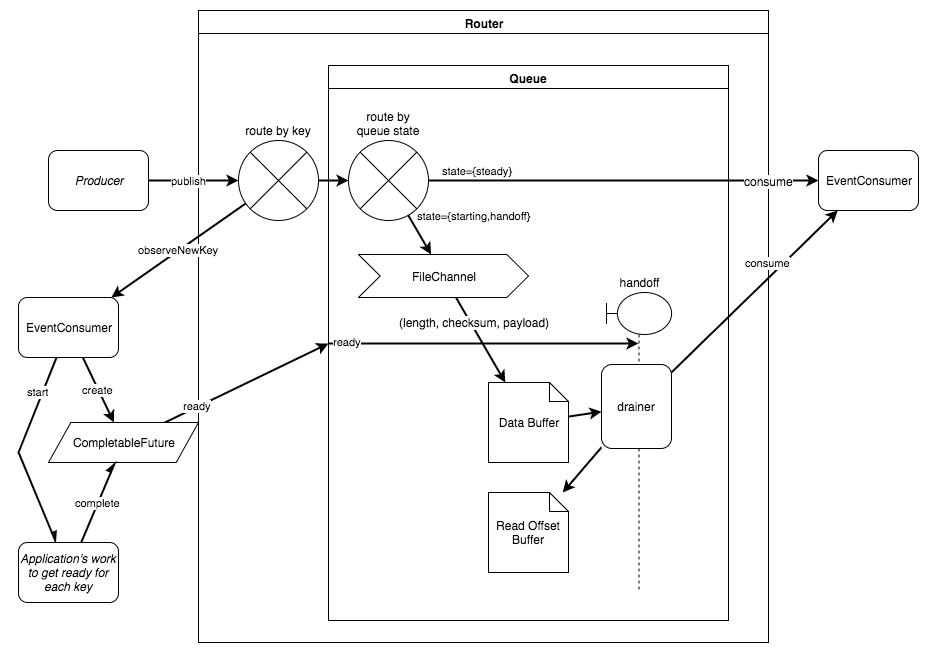
This is SlowStartEventQueues.png from itzg/slowstart-eventqueue, a draw.io export, as it was before one commit. Source tidied: cells renumbered, new cells last; positions are measured from the earlier drawing's top-left corner, leaving out a move shared by most shapes.
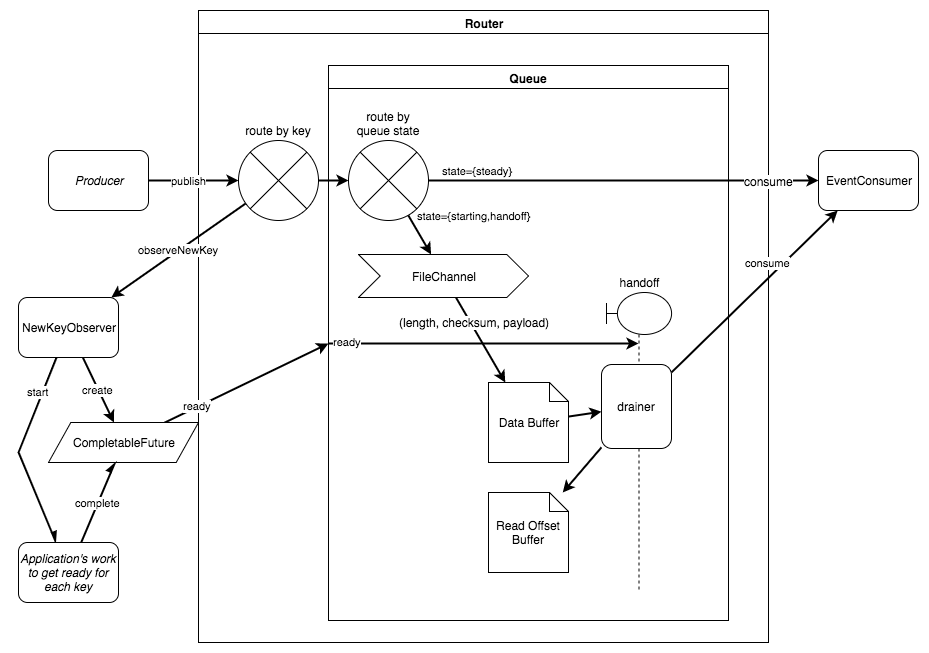
After the change.

The edit, as a diff of the source:
```diff
@@ -80,7 +80,7 @@
         </Array>
       </mxGeometry>
     </mxCell>
-    <mxCell id="26" value="EventConsumer" style="rounded=1;whiteSpace=wrap;html=1;shadow=0;fillColor=#FFFFFF;align=center;" parent="1" vertex="1">
+    <mxCell id="26" value="NewKeyObserver" style="rounded=1;whiteSpace=wrap;html=1;shadow=0;fillColor=#FFFFFF;align=center;" parent="1" vertex="1">
       <mxGeometry y="287" width="100" height="60" as="geometry" />
     </mxCell>
     <mxCell id="27" value="CompletableFuture" style="shape=parallelogram;whiteSpace=wrap;html=1;shadow=0;fillColor=#FFFFFF;align=center;size=0.14888888888888888;" parent="1" vertex="1">
```
